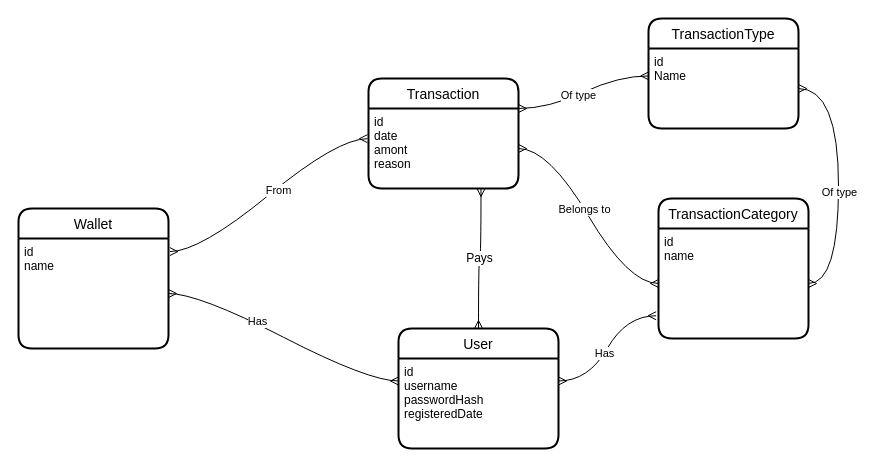
Above: Data Model/Conceptual model.drawio in Shukridozom/Personal_Money_Tracker (draw.io), before the change. Source tidied: cells renumbered, new cells numbered last; positions are measured from the earlier drawing's top-left corner, leaving out a move shared by most shapes. Both pictures are drawn from the tidied source at 100%, with x=0, y=0 at pixel (18, 18).
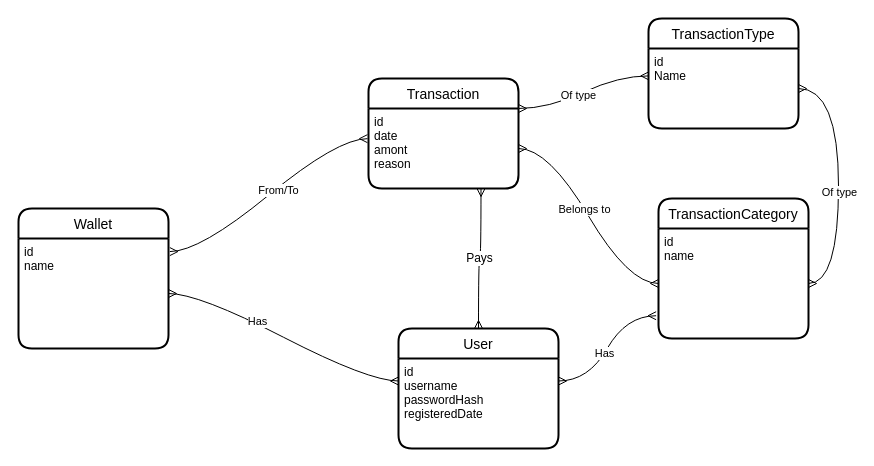
After the change.

Commit message (it also covers changes not shown here):
Edit the conceptual & logical models

Unchanged cells that the change refers to:
```xml
<mxCell id="10" style="edgeStyle=entityRelationEdgeStyle;fontSize=12;html=1;endArrow=ERmany;startArrow=ERmany;entryX=-0.007;entryY=0.377;entryDx=0;entryDy=0;entryPerimeter=0;exitX=1.009;exitY=0.119;exitDx=0;exitDy=0;exitPerimeter=0;curved=1;" parent="1" edge="1" source="7" target="5">
  <mxGeometry relative="1" as="geometry" />
</mxCell>
```

What changed in the source:
```diff
@@
-    <mxCell id="11" value="From" style="edgeLabel;html=1;align=center;verticalAlign=middle;" parent="10" vertex="1">
+    <mxCell id="11" value="From/To" style="edgeLabel;html=1;align=center;verticalAlign=middle;" parent="10" vertex="1">
       <mxGeometry x="0.08" y="-2" relative="1" as="geometry" />
     </mxCell>
```
